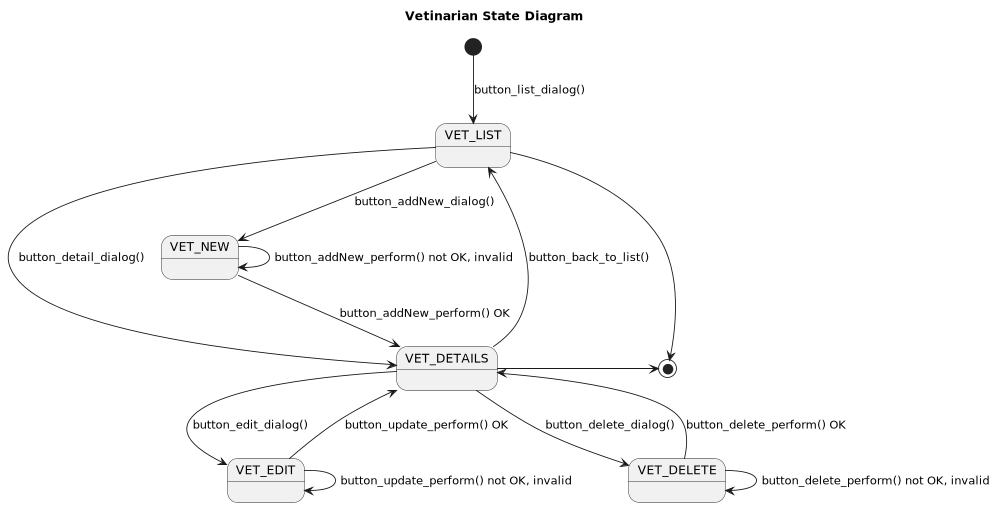
The PlantUML diagram uml/vet/concept/Vet__UseCase__State-Vetinarian_State_Diagram.png in Jakarta-EE-Petclinic/petclinic-uml, before a commit.
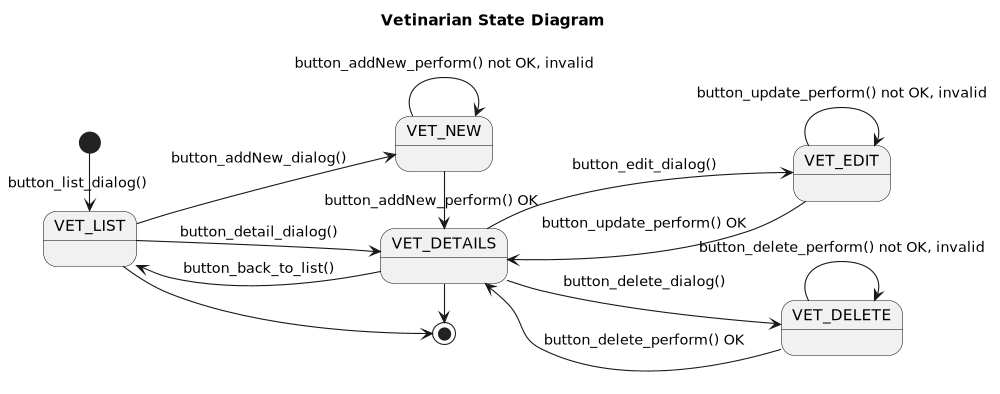
The same diagram one commit later.

Diff of the diagram source:
```diff
@@ -3,17 +3,17 @@
 title Vetinarian State Diagram
 
 
-top to bottom direction
+left to right direction
 
 scale 1000 width
 
-[*] --> VET_LIST: button_list_dialog()
+[*] -> VET_LIST: button_list_dialog()
 
 VET_LIST --> VET_NEW : button_addNew_dialog()
 state VET_NEW {
     VET_NEW --> VET_NEW : button_addNew_perform() not OK, invalid
 }
-VET_NEW --> VET_DETAILS: button_addNew_perform() OK
+VET_NEW -> VET_DETAILS: button_addNew_perform() OK
 
 VET_LIST --> VET_DETAILS: button_detail_dialog()
 VET_DETAILS --> VET_LIST : button_back_to_list()
```
